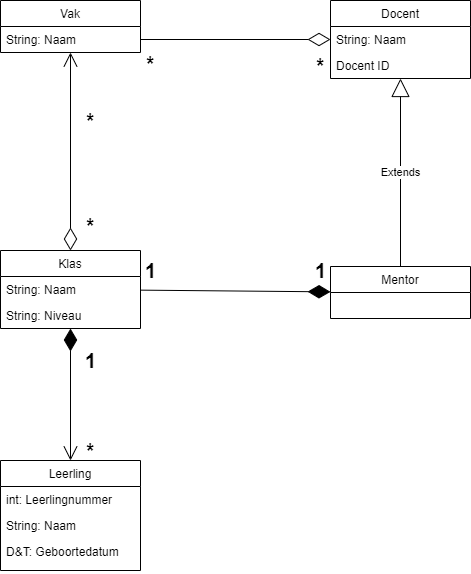
Before: UML/Cijferregistratiesysteem class diagram.png, a diagram exported from draw.io (Vsvlak/Groepsopdracht-Kamer-1). Source tidied: cells renumbered, new cells last; positions are measured from the earlier drawing's top-left corner, leaving out a move shared by most shapes.
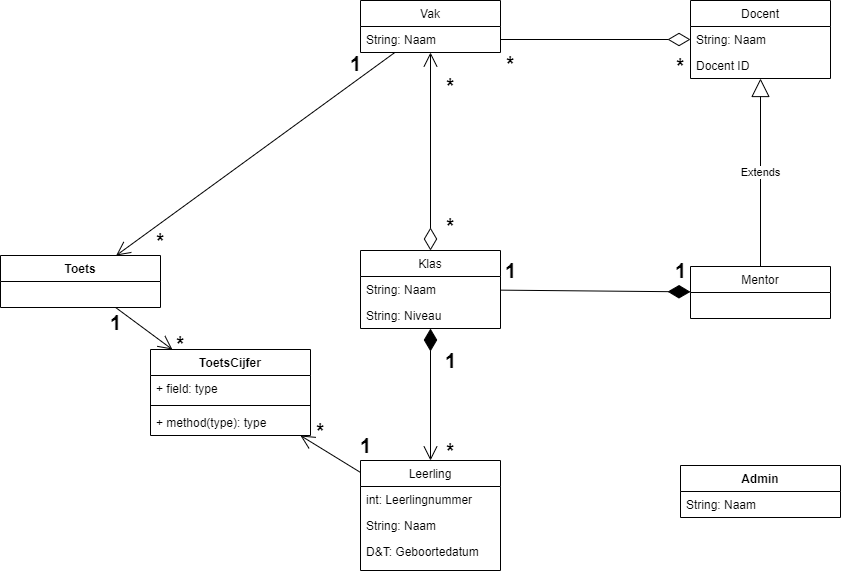
Above is the later version.

Commit message:
update class diagram

The edit, as a diff of the source:
```diff
@@ -60,7 +60,7 @@
       <mxGeometry x="80" y="210" width="20" height="30" as="geometry" />
     </mxCell>
     <mxCell id="21" value="*" style="text;html=1;align=center;verticalAlign=middle;fontSize=20;fontStyle=1;" parent="1" vertex="1">
-      <mxGeometry x="80" y="105" width="20" height="30" as="geometry" />
+      <mxGeometry x="80" y="70" width="20" height="30" as="geometry" />
     </mxCell>
     <mxCell id="22" value="1" style="text;html=1;align=center;verticalAlign=middle;fontSize=20;fontStyle=1;" parent="1" vertex="1">
       <mxGeometry x="75" y="345" width="30" height="30" as="geometry" />
@@ -80,5 +80,53 @@
     <mxCell id="27" value="String: Niveau" style="text;strokeColor=none;fillColor=none;align=left;verticalAlign=top;spacingLeft=4;spacingRight=4;overflow=hidden;" parent="25" vertex="1">
       <mxGeometry y="52" width="140" height="26" as="geometry" />
     </mxCell>
+    <mxCell id="28" style="endArrow=open;html=1;endFill=0;startSize=20;endSize=12;" parent="1" edge="1" source="7" target="32">
+      <mxGeometry relative="1" as="geometry" />
+    </mxCell>
+    <mxCell id="29" style="endArrow=none;html=1;endFill=0;startArrow=open;startFill=0;endSize=12;startSize=12;" parent="1" edge="1" source="32" target="30">
+      <mxGeometry relative="1" as="geometry" />
+    </mxCell>
+    <mxCell id="30" value="Toets" style="swimlane;fontStyle=1;align=center;verticalAlign=top;horizontal=1;startSize=26;" parent="1" vertex="1">
+      <mxGeometry x="-360" y="255" width="160" height="52" as="geometry" />
+    </mxCell>
+    <mxCell id="31" style="endArrow=none;html=1;endFill=0;startArrow=open;startFill=0;endSize=12;startSize=12;" parent="1" edge="1" source="30" target="4">
+      <mxGeometry relative="1" as="geometry" />
+    </mxCell>
+    <mxCell id="32" value="ToetsCijfer" style="swimlane;fontStyle=1;align=center;verticalAlign=top;horizontal=1;startSize=26;" parent="1" vertex="1">
+      <mxGeometry x="-210" y="349" width="160" height="86" as="geometry" />
+    </mxCell>
+    <mxCell id="33" value="+ field: type" style="text;strokeColor=none;fillColor=none;align=left;verticalAlign=top;spacingLeft=4;spacingRight=4;overflow=hidden;" parent="32" vertex="1">
+      <mxGeometry y="26" width="160" height="26" as="geometry" />
+    </mxCell>
+    <mxCell id="34" style="line;strokeWidth=1;fillColor=none;align=left;verticalAlign=middle;spacingTop=-1;spacingLeft=3;spacingRight=3;labelPosition=right;" parent="32" vertex="1">
+      <mxGeometry y="52" width="160" height="8" as="geometry" />
+    </mxCell>
+    <mxCell id="35" value="+ method(type): type" style="text;strokeColor=none;fillColor=none;align=left;verticalAlign=top;spacingLeft=4;spacingRight=4;overflow=hidden;" parent="32" vertex="1">
+      <mxGeometry y="60" width="160" height="26" as="geometry" />
+    </mxCell>
+    <mxCell id="36" value="&lt;font style=&quot;font-size: 20px&quot;&gt;*&lt;/font&gt;" style="text;html=1;align=center;verticalAlign=middle;fontStyle=1;" parent="1" vertex="1">
+      <mxGeometry x="-50" y="420" width="20" height="20" as="geometry" />
+    </mxCell>
+    <mxCell id="37" value="&lt;font style=&quot;font-size: 20px&quot;&gt;1&lt;/font&gt;" style="text;html=1;align=center;verticalAlign=middle;fontStyle=1;fontSize=20;" parent="1" vertex="1">
+      <mxGeometry x="-10" y="430" width="30" height="30" as="geometry" />
+    </mxCell>
+    <mxCell id="38" value="&lt;b&gt;1&lt;/b&gt;" style="text;html=1;align=center;verticalAlign=middle;fontSize=20;" parent="1" vertex="1">
+      <mxGeometry x="-260" y="307" width="30" height="30" as="geometry" />
+    </mxCell>
+    <mxCell id="39" value="&lt;b&gt;*&lt;/b&gt;" style="text;html=1;align=center;verticalAlign=middle;fontSize=20;" parent="1" vertex="1">
+      <mxGeometry x="-190" y="328" width="20" height="30" as="geometry" />
+    </mxCell>
+    <mxCell id="40" value="*" style="text;html=1;align=center;verticalAlign=middle;fontSize=20;fontStyle=1;" parent="1" vertex="1">
+      <mxGeometry x="-210" y="225" width="20" height="30" as="geometry" />
+    </mxCell>
+    <mxCell id="41" value="1" style="text;html=1;align=center;verticalAlign=middle;fontSize=20;fontStyle=1;" parent="1" vertex="1">
+      <mxGeometry x="-20" y="48" width="30" height="30" as="geometry" />
+    </mxCell>
+    <mxCell id="42" value="Admin&#10;" style="swimlane;fontStyle=1;align=center;verticalAlign=top;horizontal=1;startSize=26;" parent="1" vertex="1">
+      <mxGeometry x="320" y="465" width="160" height="52" as="geometry" />
+    </mxCell>
+    <mxCell id="43" value="String: Naam" style="text;strokeColor=none;fillColor=none;align=left;verticalAlign=top;spacingLeft=4;spacingRight=4;overflow=hidden;" parent="42" vertex="1">
+      <mxGeometry y="26" width="160" height="26" as="geometry" />
+    </mxCell>
   </root>
 </mxGraphModel>
```
